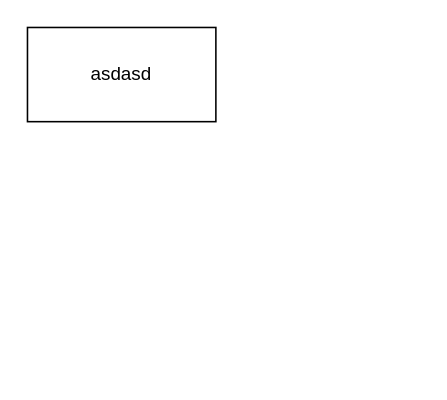
This is 设计模式学习/Untitled Diagram.drawio from jingruihe/diagrams, a draw.io file, before an edit. Source tidied: cells renumbered, new cells numbered last; positions are measured from the earlier drawing's top-left corner, leaving out a move shared by most shapes. Both pictures are drawn from the tidied source at 157%, with x=0, y=0 at pixel (27, 27).
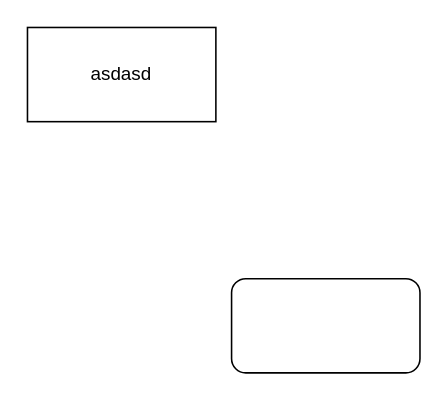
The same page after the edit.

What changed in the source:
```diff
@@
 <mxGraphModel>
   <root>
     <mxCell id="0" />
     <mxCell id="1" parent="0" />
     <mxCell id="2" value="asdasd" style="rounded=0;whiteSpace=wrap;html=1;" parent="1" vertex="1">
       <mxGeometry width="120" height="60" as="geometry" />
     </mxCell>
+    <mxCell id="3" style="rounded=1;whiteSpace=wrap;html=1;" parent="1" vertex="1">
+      <mxGeometry x="130" y="160" width="120" height="60" as="geometry" />
+    </mxCell>
   </root>
 </mxGraphModel>
```
